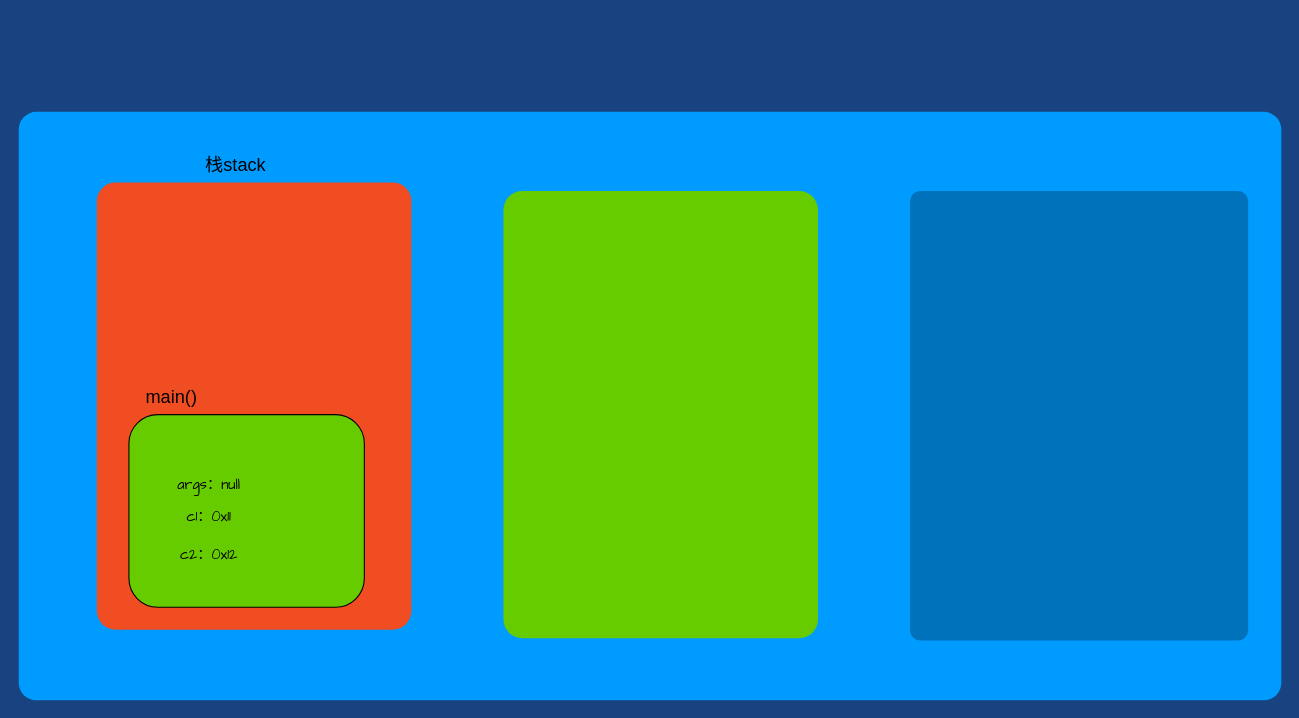
Earlier version of the draw.io diagram Untitled Diagram.drawio (zhengf312/drawio). Source tidied: cells renumbered, new cells numbered last; positions are measured from the earlier drawing's top-left corner, leaving out a move shared by most shapes. Both pictures are drawn from the tidied source at 107%, with x=0, y=0 at pixel (18, 111).
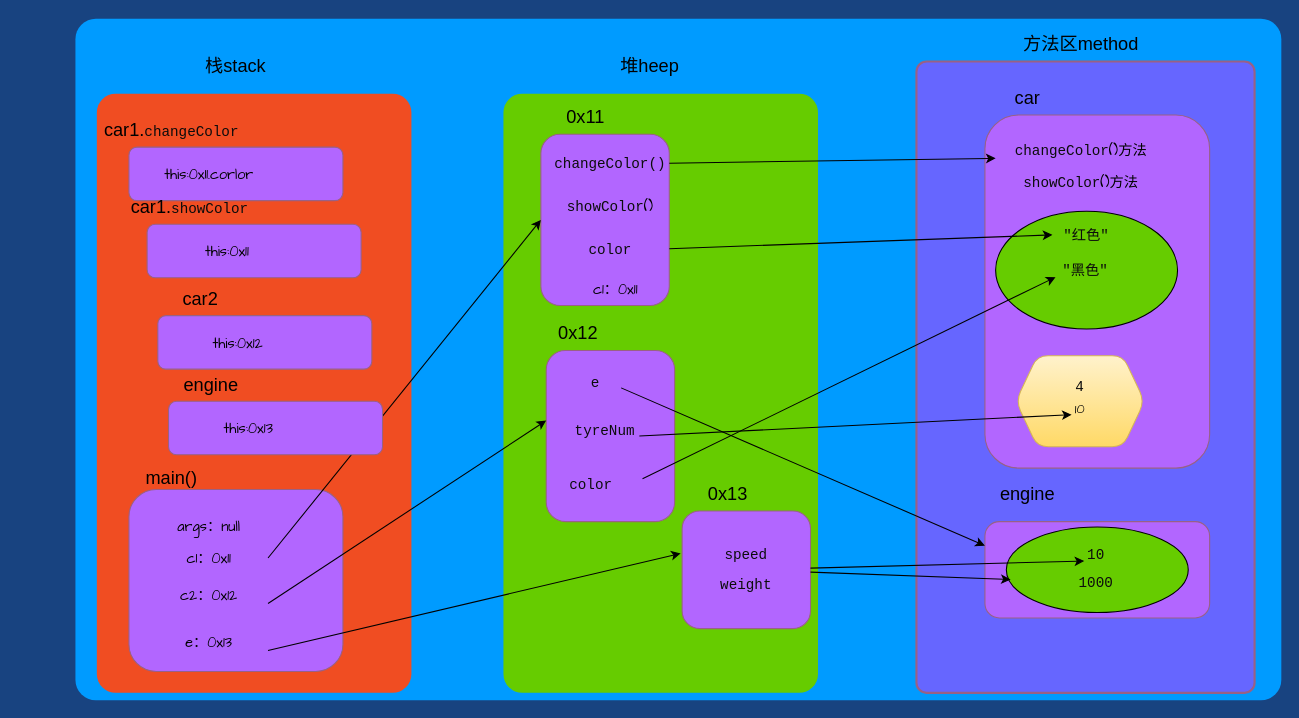
Above is the later version.

Change to the diagram source:
```diff
@@
     <mxCell id="2" style="whiteSpace=wrap;html=1;rounded=1;shadow=0;strokeColor=none;strokeWidth=2;fillColor=#009BFF;fontSize=20;fontColor=#FFFFFF;align=center;arcSize=3;verticalAlign=top;spacingTop=4;" parent="1" vertex="1">
-      <mxGeometry width="1180" height="550" as="geometry" />
+      <mxGeometry x="53" y="-87" width="1127" height="637" as="geometry" />
     </mxCell>
-    <mxCell id="3" style="rounded=1;whiteSpace=wrap;html=1;shadow=0;strokeWidth=2;fillColor=#0072BC;fontSize=12;fontColor=#FFFFFF;align=center;strokeColor=none;arcSize=3;verticalAlign=top;" parent="1" vertex="1">
-      <mxGeometry x="833" y="74" width="316" height="420" as="geometry" />
+    <mxCell id="3" style="rounded=1;whiteSpace=wrap;html=1;shadow=0;strokeWidth=2;fillColor=#6666FF;fontSize=12;align=center;strokeColor=#996185;arcSize=3;verticalAlign=top;gradientColor=none;" parent="1" vertex="1">
+      <mxGeometry x="839" y="-47" width="316" height="590" as="geometry" />
     </mxCell>
     <mxCell id="4" style="rounded=1;whiteSpace=wrap;html=1;shadow=0;strokeWidth=2;fillColor=#F04D22;fontSize=12;fontColor=#FFFFFF;align=center;strokeColor=none;arcSize=6;verticalAlign=top;" parent="1" vertex="1">
-      <mxGeometry x="73" y="66" width="294" height="418" as="geometry" />
+      <mxGeometry x="73" y="-17" width="294" height="560" as="geometry" />
     </mxCell>
     <mxCell id="5" style="rounded=1;whiteSpace=wrap;html=1;shadow=0;strokeWidth=2;fillColor=#66CC00;fontSize=12;fontColor=#FFFFFF;align=center;strokeColor=none;arcSize=6;verticalAlign=top;" parent="1" vertex="1">
-      <mxGeometry x="453" y="74" width="294" height="418" as="geometry" />
+      <mxGeometry x="453" y="-17" width="294" height="560" as="geometry" />
     </mxCell>
-    <mxCell id="6" style="rounded=1;whiteSpace=wrap;html=1;fillColor=#66CC00;" parent="1" vertex="1">
-      <mxGeometry x="103" y="283" width="220" height="180" as="geometry" />
+    <mxCell id="6" style="rounded=1;whiteSpace=wrap;html=1;fillColor=#B266FF;gradientColor=none;strokeColor=#996185;" parent="1" vertex="1">
+      <mxGeometry x="103" y="353" width="200" height="170" as="geometry" />
     </mxCell>
     <mxCell id="7" value="main()" style="text;html=1;strokeColor=none;fillColor=none;align=center;verticalAlign=middle;whiteSpace=wrap;rounded=0;fontSize=17;" parent="1" vertex="1">
-      <mxGeometry x="113" y="253" width="60" height="30" as="geometry" />
+      <mxGeometry x="113" y="328" width="60" height="30" as="geometry" />
     </mxCell>
     <mxCell id="8" value="栈stack" style="text;html=1;strokeColor=none;fillColor=none;align=center;verticalAlign=middle;whiteSpace=wrap;rounded=0;strokeWidth=5;fontSize=17;" parent="1" vertex="1">
-      <mxGeometry x="173" y="36" width="60" height="30" as="geometry" />
+      <mxGeometry x="173" y="-57" width="60" height="30" as="geometry" />
     </mxCell>
     <mxCell id="9" value="&lt;p class=&quot;MsoNormal&quot;&gt;&lt;span style=&quot;font-size: 10pt&quot;&gt;c1：0x11&lt;/span&gt;&lt;/p&gt;" style="text;html=1;strokeColor=none;fillColor=none;align=center;verticalAlign=middle;whiteSpace=wrap;rounded=0;fontSize=17;fontFamily=Comic Sans MS;" parent="1" vertex="1">
-      <mxGeometry x="123" y="363" width="110" height="30" as="geometry" />
+      <mxGeometry x="123" y="402" width="110" height="30" as="geometry" />
     </mxCell>
     <mxCell id="10" value="&lt;p class=&quot;MsoNormal&quot;&gt;&lt;span style=&quot;font-size: 10pt&quot;&gt;c2：0x12&lt;/span&gt;&lt;/p&gt;" style="text;html=1;strokeColor=none;fillColor=none;align=center;verticalAlign=middle;whiteSpace=wrap;rounded=0;fontSize=17;fontFamily=Comic Sans MS;" parent="1" vertex="1">
-      <mxGeometry x="123" y="398" width="110" height="30" as="geometry" />
+      <mxGeometry x="123" y="437" width="110" height="30" as="geometry" />
     </mxCell>
     <mxCell id="11" value="&lt;p class=&quot;MsoNormal&quot;&gt;&lt;span style=&quot;font-size: 10pt&quot;&gt;args：null&lt;/span&gt;&lt;/p&gt;" style="text;html=1;strokeColor=none;fillColor=none;align=center;verticalAlign=middle;whiteSpace=wrap;rounded=0;fontSize=17;fontFamily=Comic Sans MS;" parent="1" vertex="1">
-      <mxGeometry x="123" y="333" width="110" height="30" as="geometry" />
+      <mxGeometry x="123" y="372" width="110" height="30" as="geometry" />
     </mxCell>
+    <mxCell id="12" value="堆heep" style="text;html=1;strokeColor=none;fillColor=none;align=center;verticalAlign=middle;whiteSpace=wrap;rounded=0;strokeWidth=5;fontSize=17;" parent="1" vertex="1">
+      <mxGeometry x="560" y="-57" width="60" height="30" as="geometry" />
+    </mxCell>
+    <mxCell id="13" value="方法区method" style="text;html=1;strokeColor=none;fillColor=none;align=center;verticalAlign=middle;whiteSpace=wrap;rounded=0;strokeWidth=5;fontSize=17;" parent="1" vertex="1">
+      <mxGeometry x="932" y="-77" width="122" height="30" as="geometry" />
+    </mxCell>
+    <mxCell id="14" style="rounded=1;whiteSpace=wrap;html=1;fontFamily=Comic Sans MS;fontSize=12;strokeColor=#996185;fillColor=#B266FF;gradientColor=none;" parent="1" vertex="1">
+      <mxGeometry x="903" y="3" width="210" height="330" as="geometry" />
+    </mxCell>
+    <mxCell id="15" value="car" style="text;html=1;strokeColor=none;fillColor=none;align=center;verticalAlign=middle;whiteSpace=wrap;rounded=0;fontSize=17;" parent="1" vertex="1">
+      <mxGeometry x="913" y="-27" width="60" height="30" as="geometry" />
+    </mxCell>
+    <mxCell id="16" style="rounded=1;whiteSpace=wrap;html=1;fontFamily=Comic Sans MS;fontSize=12;strokeColor=#996185;fillColor=#B266FF;gradientColor=none;gradientDirection=north;" parent="1" vertex="1">
+      <mxGeometry x="488" y="21" width="120" height="160" as="geometry" />
+    </mxCell>
+    <mxCell id="17" style="rounded=1;whiteSpace=wrap;html=1;fontFamily=Comic Sans MS;fontSize=12;strokeColor=#996185;fillColor=#B266FF;gradientColor=none;" parent="1" vertex="1">
+      <mxGeometry x="903" y="383" width="210" height="90" as="geometry" />
+    </mxCell>
+    <mxCell id="18" value="engine" style="text;html=1;strokeColor=none;fillColor=none;align=center;verticalAlign=middle;whiteSpace=wrap;rounded=0;fontSize=17;" parent="1" vertex="1">
+      <mxGeometry x="913" y="343" width="60" height="30" as="geometry" />
+    </mxCell>
+    <mxCell id="19" value="&lt;p class=&quot;MsoNormal&quot;&gt;&lt;span style=&quot;color: rgb(12 , 12 , 12) ; font-family: &amp;#34;courier new&amp;#34; ; font-size: 10pt&quot;&gt;changeColor&lt;/span&gt;&lt;span style=&quot;font-size: 10pt&quot;&gt;()方法&lt;/span&gt;&lt;/p&gt;" style="text;html=1;strokeColor=none;fillColor=none;align=center;verticalAlign=middle;whiteSpace=wrap;rounded=0;fontSize=17;fontFamily=Comic Sans MS;" parent="1" vertex="1">
+      <mxGeometry x="913" y="21" width="160" height="30" as="geometry" />
+    </mxCell>
+    <mxCell id="20" value="&lt;p class=&quot;MsoNormal&quot;&gt;&lt;span style=&quot;color: rgb(12 , 12 , 12) ; font-family: &amp;#34;courier new&amp;#34; ; font-size: 10pt&quot;&gt;showColor&lt;/span&gt;&lt;span style=&quot;font-size: 10pt&quot;&gt;()方法&lt;/span&gt;&lt;/p&gt;" style="text;html=1;strokeColor=none;fillColor=none;align=center;verticalAlign=middle;whiteSpace=wrap;rounded=0;fontSize=17;fontFamily=Comic Sans MS;" parent="1" vertex="1">
+      <mxGeometry x="913" y="51" width="160" height="30" as="geometry" />
+    </mxCell>
+    <mxCell id="21" style="ellipse;whiteSpace=wrap;html=1;rounded=1;fontFamily=Comic Sans MS;fontSize=12;fontColor=#000000;strokeColor=default;fillColor=#66CC00;" parent="1" vertex="1">
+      <mxGeometry x="913" y="93" width="170" height="110" as="geometry" />
+    </mxCell>
+    <mxCell id="22" value="&lt;p class=&quot;MsoNormal&quot;&gt;&lt;span style=&quot;font-family: &amp;#34;courier new&amp;#34; ; color: rgb(12 , 12 , 12) ; font-size: 10.0000pt&quot;&gt;&quot;&lt;/span&gt;&lt;span style=&quot;color: rgb(12 , 12 , 12) ; font-size: 10.0000pt&quot;&gt;红色&lt;/span&gt;&lt;span style=&quot;font-family: &amp;#34;courier new&amp;#34; ; color: rgb(12 , 12 , 12) ; font-size: 10.0000pt&quot;&gt;&quot;&lt;/span&gt;&lt;/p&gt;" style="text;html=1;strokeColor=none;fillColor=none;align=center;verticalAlign=middle;whiteSpace=wrap;rounded=0;fontSize=17;fontFamily=Comic Sans MS;" parent="1" vertex="1">
+      <mxGeometry x="966" y="100" width="64" height="30" as="geometry" />
+    </mxCell>
+    <mxCell id="23" value="&lt;p class=&quot;MsoNormal&quot;&gt;&lt;span style=&quot;font-family: &amp;#34;courier new&amp;#34; ; color: rgb(12 , 12 , 12) ; font-size: 10.0000pt&quot;&gt;&quot;黑&lt;/span&gt;&lt;span style=&quot;color: rgb(12 , 12 , 12) ; font-size: 10.0000pt&quot;&gt;色&lt;/span&gt;&lt;span style=&quot;font-family: &amp;#34;courier new&amp;#34; ; color: rgb(12 , 12 , 12) ; font-size: 10.0000pt&quot;&gt;&quot;&lt;/span&gt;&lt;/p&gt;" style="text;html=1;strokeColor=none;fillColor=none;align=center;verticalAlign=middle;whiteSpace=wrap;rounded=0;fontSize=17;fontFamily=Comic Sans MS;" parent="1" vertex="1">
+      <mxGeometry x="969" y="135" width="56" height="26" as="geometry" />
+    </mxCell>
+    <mxCell id="24" value="&lt;br&gt;10" style="shape=hexagon;perimeter=hexagonPerimeter2;whiteSpace=wrap;html=1;fixedSize=1;rounded=1;fontFamily=Comic Sans MS;fontSize=12;strokeColor=#d6b656;fillColor=#fff2cc;gradientColor=#ffd966;" parent="1" vertex="1">
+      <mxGeometry x="932" y="228" width="120" height="85" as="geometry" />
+    </mxCell>
+    <mxCell id="25" value="&lt;p class=&quot;MsoNormal&quot;&gt;&lt;span style=&quot;font-family: &amp;#34;courier new&amp;#34; ; color: rgb(12 , 12 , 12) ; font-size: 10.0000pt&quot;&gt;4&lt;/span&gt;&lt;/p&gt;" style="text;html=1;strokeColor=none;fillColor=none;align=center;verticalAlign=middle;whiteSpace=wrap;rounded=0;fontSize=17;fontFamily=Comic Sans MS;" parent="1" vertex="1">
+      <mxGeometry x="912" y="240.5" width="160" height="30" as="geometry" />
+    </mxCell>
+    <mxCell id="26" style="ellipse;whiteSpace=wrap;html=1;rounded=1;fontFamily=Comic Sans MS;fontSize=12;fontColor=#000000;strokeColor=default;fillColor=#66CC00;" parent="1" vertex="1">
+      <mxGeometry x="923" y="388" width="170" height="80" as="geometry" />
+    </mxCell>
+    <mxCell id="27" value="&lt;p class=&quot;MsoNormal&quot;&gt;&lt;span style=&quot;font-family: &amp;#34;courier new&amp;#34; ; color: rgb(12 , 12 , 12) ; font-size: 10.0000pt&quot;&gt;10&lt;/span&gt;&lt;/p&gt;" style="text;html=1;strokeColor=none;fillColor=none;align=center;verticalAlign=middle;whiteSpace=wrap;rounded=0;fontSize=17;fontFamily=Comic Sans MS;" parent="1" vertex="1">
+      <mxGeometry x="927" y="398" width="160" height="30" as="geometry" />
+    </mxCell>
+    <mxCell id="28" value="&lt;p class=&quot;MsoNormal&quot;&gt;&lt;span style=&quot;font-family: &amp;#34;courier new&amp;#34; ; color: rgb(12 , 12 , 12) ; font-size: 10.0000pt&quot;&gt;1000&lt;/span&gt;&lt;/p&gt;" style="text;html=1;strokeColor=none;fillColor=none;align=center;verticalAlign=middle;whiteSpace=wrap;rounded=0;fontSize=17;fontFamily=Comic Sans MS;" parent="1" vertex="1">
+      <mxGeometry x="927" y="425" width="160" height="30" as="geometry" />
+    </mxCell>
+    <mxCell id="29" style="rounded=1;whiteSpace=wrap;html=1;fillColor=#B266FF;gradientColor=none;strokeColor=#996185;" parent="1" vertex="1">
+      <mxGeometry x="103" y="33" width="200" height="50" as="geometry" />
+    </mxCell>
+    <mxCell id="30" value="car1.&lt;span style=&quot;color: rgb(12 , 12 , 12) ; font-family: &amp;#34;courier new&amp;#34; ; font-size: 10pt&quot;&gt;changeColor&lt;/span&gt;" style="text;html=1;strokeColor=none;fillColor=none;align=center;verticalAlign=middle;whiteSpace=wrap;rounded=0;fontSize=17;" parent="1" vertex="1">
+      <mxGeometry x="113" y="3" width="60" height="30" as="geometry" />
+    </mxCell>
+    <mxCell id="31" value="&lt;p class=&quot;MsoNormal&quot;&gt;&lt;span style=&quot;font-size: 10pt&quot;&gt;this:0x11.corlor&lt;/span&gt;&lt;/p&gt;" style="text;html=1;strokeColor=none;fillColor=none;align=center;verticalAlign=middle;whiteSpace=wrap;rounded=0;fontSize=17;fontFamily=Comic Sans MS;" parent="1" vertex="1">
+      <mxGeometry x="123" y="43" width="110" height="30" as="geometry" />
+    </mxCell>
+    <mxCell id="32" value="0x11" style="text;html=1;strokeColor=none;fillColor=none;align=center;verticalAlign=middle;whiteSpace=wrap;rounded=0;fontSize=17;" parent="1" vertex="1">
+      <mxGeometry x="500" y="-9" width="60" height="30" as="geometry" />
+    </mxCell>
+    <mxCell id="33" style="rounded=1;whiteSpace=wrap;html=1;fontFamily=Comic Sans MS;fontSize=12;strokeColor=#996185;fillColor=#B266FF;gradientColor=none;gradientDirection=north;" parent="1" vertex="1">
+      <mxGeometry x="493" y="223" width="120" height="160" as="geometry" />
+    </mxCell>
+    <mxCell id="34" value="0x12" style="text;html=1;strokeColor=none;fillColor=none;align=center;verticalAlign=middle;whiteSpace=wrap;rounded=0;fontSize=17;" parent="1" vertex="1">
+      <mxGeometry x="493" y="193" width="60" height="30" as="geometry" />
+    </mxCell>
+    <mxCell id="35" value="&lt;p class=&quot;MsoNormal&quot;&gt;&lt;span style=&quot;font-family: &amp;#34;courier new&amp;#34; ; color: rgb(12 , 12 , 12) ; font-size: 10.0000pt&quot;&gt;speed&lt;/span&gt;&lt;/p&gt;&lt;p class=&quot;MsoNormal&quot;&gt;&lt;span style=&quot;font-family: &amp;#34;courier new&amp;#34; ; color: rgb(12 , 12 , 12) ; font-size: 10.0000pt&quot;&gt;weight&lt;/span&gt;&lt;/p&gt;" style="rounded=1;whiteSpace=wrap;html=1;fontFamily=Comic Sans MS;fontSize=12;strokeColor=#996185;fillColor=#B266FF;gradientColor=none;gradientDirection=north;" parent="1" vertex="1">
+      <mxGeometry x="620" y="373" width="120" height="110" as="geometry" />
+    </mxCell>
+    <mxCell id="36" value="0x13" style="text;html=1;strokeColor=none;fillColor=none;align=center;verticalAlign=middle;whiteSpace=wrap;rounded=0;fontSize=17;" parent="1" vertex="1">
+      <mxGeometry x="633" y="343" width="60" height="30" as="geometry" />
+    </mxCell>
+    <mxCell id="37" value="&lt;p class=&quot;MsoNormal&quot;&gt;&lt;span style=&quot;font-size: 10pt&quot;&gt;e：0x13&lt;/span&gt;&lt;/p&gt;" style="text;html=1;strokeColor=none;fillColor=none;align=center;verticalAlign=middle;whiteSpace=wrap;rounded=0;fontSize=17;fontFamily=Comic Sans MS;" parent="1" vertex="1">
+      <mxGeometry x="123" y="481" width="110" height="30" as="geometry" />
+    </mxCell>
+    <mxCell id="38" value="&lt;p class=&quot;MsoNormal&quot;&gt;&lt;span style=&quot;font-family: &amp;#34;courier new&amp;#34; ; color: rgb(12 , 12 , 12) ; font-size: 10.0000pt&quot;&gt;changeColor()&lt;/span&gt;&lt;/p&gt;" style="text;html=1;strokeColor=none;fillColor=none;align=center;verticalAlign=middle;whiteSpace=wrap;rounded=0;fontSize=17;fontFamily=Comic Sans MS;" parent="1" vertex="1">
+      <mxGeometry x="498" y="33" width="110" height="30" as="geometry" />
+    </mxCell>
+    <mxCell id="39" value="&lt;p class=&quot;MsoNormal&quot;&gt;&lt;span style=&quot;color: rgb(12 , 12 , 12) ; font-family: &amp;#34;courier new&amp;#34; ; font-size: 10pt&quot;&gt;showColor&lt;/span&gt;&lt;span style=&quot;font-size: 10pt&quot;&gt;()&lt;/span&gt;&lt;br&gt;&lt;/p&gt;" style="text;html=1;strokeColor=none;fillColor=none;align=center;verticalAlign=middle;whiteSpace=wrap;rounded=0;fontSize=17;fontFamily=Comic Sans MS;" parent="1" vertex="1">
+      <mxGeometry x="498" y="73" width="110" height="30" as="geometry" />
+    </mxCell>
+    <mxCell id="40" value="&lt;p class=&quot;MsoNormal&quot;&gt;&lt;span style=&quot;font-family: &amp;#34;courier new&amp;#34; ; color: rgb(12 , 12 , 12) ; font-size: 10.0000pt&quot;&gt;color&lt;/span&gt;&lt;/p&gt;" style="text;html=1;strokeColor=none;fillColor=none;align=center;verticalAlign=middle;whiteSpace=wrap;rounded=0;fontSize=17;fontFamily=Comic Sans MS;" parent="1" vertex="1">
+      <mxGeometry x="498" y="113" width="110" height="30" as="geometry" />
+    </mxCell>
+    <mxCell id="41" value="&lt;p class=&quot;MsoNormal&quot;&gt;&lt;span style=&quot;font-size: 10pt&quot;&gt;c1：0x11&lt;/span&gt;&lt;/p&gt;" style="text;html=1;strokeColor=none;fillColor=none;align=center;verticalAlign=middle;whiteSpace=wrap;rounded=0;fontSize=17;fontFamily=Comic Sans MS;" parent="1" vertex="1">
+      <mxGeometry x="503" y="151" width="110" height="30" as="geometry" />
+    </mxCell>
+    <mxCell id="42" style="endArrow=classic;html=1;rounded=0;fontFamily=Comic Sans MS;fontSize=12;fontColor=#000000;entryX=0;entryY=0.75;entryDx=0;entryDy=0;exitX=1;exitY=0.5;exitDx=0;exitDy=0;" parent="1" edge="1" source="38" target="19">
+      <mxGeometry relative="1" as="geometry" />
+    </mxCell>
+    <mxCell id="43" style="endArrow=classic;html=1;rounded=0;fontFamily=Comic Sans MS;fontSize=12;fontColor=#000000;entryX=0;entryY=0.5;entryDx=0;entryDy=0;exitX=1;exitY=0.5;exitDx=0;exitDy=0;" parent="1" edge="1" source="40" target="22">
+      <mxGeometry relative="1" as="geometry" />
+    </mxCell>
+    <mxCell id="44" value="&lt;p class=&quot;MsoNormal&quot;&gt;&lt;span style=&quot;font-family: &amp;quot;courier new&amp;quot; ; color: rgb(12 , 12 , 12) ; font-size: 10.0000pt&quot;&gt;e &lt;/span&gt;&lt;/p&gt;" style="text;whiteSpace=wrap;html=1;fontSize=12;fontFamily=Comic Sans MS;fontColor=#000000;" parent="1" vertex="1">
+      <mxGeometry x="533" y="228" width="30" height="60" as="geometry" />
+    </mxCell>
+    <mxCell id="45" value="&lt;p class=&quot;MsoNormal&quot;&gt;&lt;span style=&quot;font-family: &amp;quot;courier new&amp;quot; ; color: rgb(12 , 12 , 12) ; font-size: 10.0000pt&quot;&gt;tyreNum &lt;/span&gt;&lt;/p&gt;" style="text;whiteSpace=wrap;html=1;fontSize=12;fontFamily=Comic Sans MS;fontColor=#000000;" parent="1" vertex="1">
+      <mxGeometry x="518" y="273" width="70" height="40" as="geometry" />
+    </mxCell>
+    <mxCell id="46" value="&lt;p class=&quot;MsoNormal&quot;&gt;&lt;span style=&quot;font-family: &amp;quot;courier new&amp;quot; ; color: rgb(12 , 12 , 12) ; font-size: 10.0000pt&quot;&gt;color &lt;/span&gt;&lt;/p&gt;" style="text;whiteSpace=wrap;html=1;fontSize=12;fontFamily=Comic Sans MS;fontColor=#000000;" parent="1" vertex="1">
+      <mxGeometry x="513" y="323" width="70" height="40" as="geometry" />
+    </mxCell>
+    <mxCell id="47" style="endArrow=classic;html=1;rounded=0;fontFamily=Comic Sans MS;fontSize=12;fontColor=#000000;entryX=0;entryY=0.75;entryDx=0;entryDy=0;exitX=1;exitY=0.5;exitDx=0;exitDy=0;" parent="1" edge="1" source="46" target="23">
+      <mxGeometry relative="1" as="geometry" />
+    </mxCell>
+    <mxCell id="48" style="endArrow=classic;html=1;rounded=0;fontFamily=Comic Sans MS;fontSize=12;fontColor=#000000;exitX=1;exitY=0.75;exitDx=0;exitDy=0;entryX=0.5;entryY=0.647;entryDx=0;entryDy=0;entryPerimeter=0;" parent="1" edge="1">
+      <mxGeometry relative="1" as="geometry">
+        <mxPoint x="580" y="303" as="sourcePoint" />
+        <mxPoint x="984" y="283" as="targetPoint" />
+      </mxGeometry>
+    </mxCell>
+    <mxCell id="49" style="endArrow=classic;html=1;rounded=0;fontFamily=Comic Sans MS;fontSize=12;fontColor=#000000;" parent="1" edge="1" source="35" target="28">
+      <mxGeometry relative="1" as="geometry" />
+    </mxCell>
+    <mxCell id="50" style="endArrow=classic;html=1;rounded=0;fontFamily=Comic Sans MS;fontSize=12;fontColor=#000000;entryX=0.43;entryY=-0.171;entryDx=0;entryDy=0;entryPerimeter=0;" parent="1" edge="1" source="35" target="28">
+      <mxGeometry relative="1" as="geometry" />
+    </mxCell>
+    <mxCell id="51" style="endArrow=classic;html=1;rounded=0;fontFamily=Comic Sans MS;fontSize=12;fontColor=#000000;entryX=0;entryY=0.25;entryDx=0;entryDy=0;exitX=1;exitY=0.5;exitDx=0;exitDy=0;" parent="1" edge="1" source="44" target="17">
+      <mxGeometry relative="1" as="geometry" />
+    </mxCell>
+    <mxCell id="52" style="endArrow=classic;html=1;rounded=0;fontFamily=Comic Sans MS;fontSize=12;fontColor=#000000;entryX=0;entryY=0.5;entryDx=0;entryDy=0;exitX=1;exitY=0.5;exitDx=0;exitDy=0;" parent="1" edge="1" source="9" target="16">
+      <mxGeometry relative="1" as="geometry" />
+    </mxCell>
+    <mxCell id="53" style="endArrow=classic;html=1;rounded=0;fontFamily=Comic Sans MS;fontSize=12;fontColor=#000000;exitX=1;exitY=0.75;exitDx=0;exitDy=0;entryX=0;entryY=0.409;entryDx=0;entryDy=0;entryPerimeter=0;" parent="1" edge="1" source="10" target="33">
+      <mxGeometry relative="1" as="geometry" />
+    </mxCell>
+    <mxCell id="54" style="endArrow=classic;html=1;rounded=0;fontFamily=Comic Sans MS;fontSize=12;fontColor=#000000;exitX=1;exitY=0.75;exitDx=0;exitDy=0;entryX=-0.011;entryY=0.361;entryDx=0;entryDy=0;entryPerimeter=0;" parent="1" edge="1" source="37" target="35">
+      <mxGeometry relative="1" as="geometry" />
+    </mxCell>
+    <mxCell id="55" style="rounded=1;whiteSpace=wrap;html=1;fillColor=#B266FF;gradientColor=none;strokeColor=#996185;" parent="1" vertex="1">
+      <mxGeometry x="120" y="105" width="200" height="50" as="geometry" />
+    </mxCell>
+    <mxCell id="56" value="car1.&lt;span style=&quot;color: rgb(12 , 12 , 12) ; font-family: &amp;#34;courier new&amp;#34; ; font-size: 10pt&quot;&gt;showColor&lt;/span&gt;" style="text;html=1;strokeColor=none;fillColor=none;align=center;verticalAlign=middle;whiteSpace=wrap;rounded=0;fontSize=17;" parent="1" vertex="1">
+      <mxGeometry x="130" y="75" width="60" height="30" as="geometry" />
+    </mxCell>
+    <mxCell id="57" value="&lt;p class=&quot;MsoNormal&quot;&gt;&lt;span style=&quot;font-size: 10pt&quot;&gt;this:0x11&lt;/span&gt;&lt;/p&gt;" style="text;html=1;strokeColor=none;fillColor=none;align=center;verticalAlign=middle;whiteSpace=wrap;rounded=0;fontSize=17;fontFamily=Comic Sans MS;" parent="1" vertex="1">
+      <mxGeometry x="140" y="115" width="110" height="30" as="geometry" />
+    </mxCell>
+    <mxCell id="58" style="rounded=1;whiteSpace=wrap;html=1;fillColor=#B266FF;gradientColor=none;strokeColor=#996185;" parent="1" vertex="1">
+      <mxGeometry x="130" y="190.5" width="200" height="50" as="geometry" />
+    </mxCell>
+    <mxCell id="59" value="car2" style="text;html=1;strokeColor=none;fillColor=none;align=center;verticalAlign=middle;whiteSpace=wrap;rounded=0;fontSize=17;" parent="1" vertex="1">
+      <mxGeometry x="140" y="160.5" width="60" height="30" as="geometry" />
+    </mxCell>
+    <mxCell id="60" value="&lt;p class=&quot;MsoNormal&quot;&gt;&lt;span style=&quot;font-size: 10pt&quot;&gt;this:0x12&lt;/span&gt;&lt;/p&gt;" style="text;html=1;strokeColor=none;fillColor=none;align=center;verticalAlign=middle;whiteSpace=wrap;rounded=0;fontSize=17;fontFamily=Comic Sans MS;" parent="1" vertex="1">
+      <mxGeometry x="150" y="200.5" width="110" height="30" as="geometry" />
+    </mxCell>
+    <mxCell id="61" style="rounded=1;whiteSpace=wrap;html=1;fillColor=#B266FF;gradientColor=none;strokeColor=#996185;" parent="1" vertex="1">
+      <mxGeometry x="140" y="270.5" width="200" height="50" as="geometry" />
+    </mxCell>
+    <mxCell id="62" value="engine" style="text;html=1;strokeColor=none;fillColor=none;align=center;verticalAlign=middle;whiteSpace=wrap;rounded=0;fontSize=17;" parent="1" vertex="1">
+      <mxGeometry x="150" y="240.5" width="60" height="30" as="geometry" />
+    </mxCell>
+    <mxCell id="63" value="&lt;p class=&quot;MsoNormal&quot;&gt;&lt;span style=&quot;font-size: 10pt&quot;&gt;this:0x13&lt;/span&gt;&lt;/p&gt;" style="text;html=1;strokeColor=none;fillColor=none;align=center;verticalAlign=middle;whiteSpace=wrap;rounded=0;fontSize=17;fontFamily=Comic Sans MS;" parent="1" vertex="1">
+      <mxGeometry x="160" y="280.5" width="110" height="30" as="geometry" />
+    </mxCell>
```
